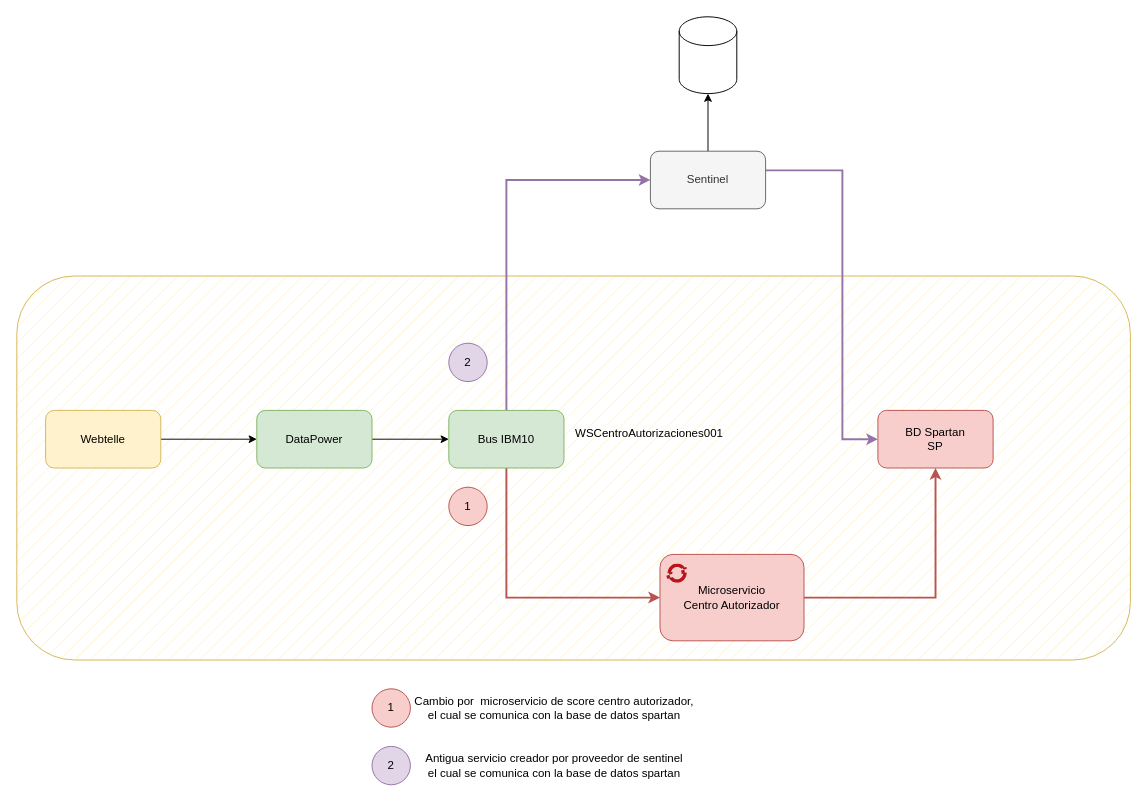
This is page "Página-14" (10 of 11) of Diagrama sin título.drawio from MarcoPuenayan/diagramas, a draw.io file, before an edit. Source tidied: cells renumbered, new cells numbered last; positions are measured from the earlier drawing's top-left corner, leaving out a move shared by most shapes. Both pictures are drawn from the tidied source at 96%, with x=0, y=0 at pixel (16, 16).
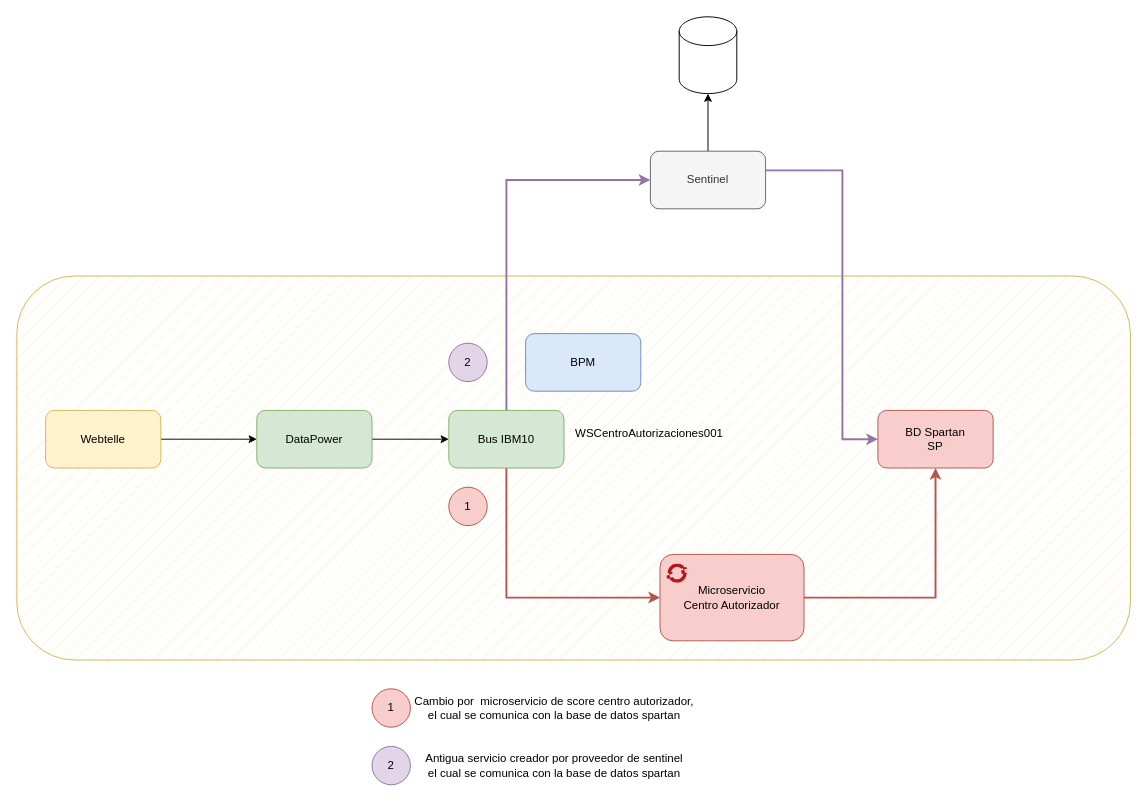
After the change.

Change to the diagram source:
```diff
@@
+    <mxCell id="25" value="BPM" style="rounded=1;whiteSpace=wrap;html=1;fillColor=#dae8fc;strokeColor=#6c8ebf;" parent="1" vertex="1">
+      <mxGeometry x="530" y="330" width="120" height="60" as="geometry" />
+    </mxCell>
```
